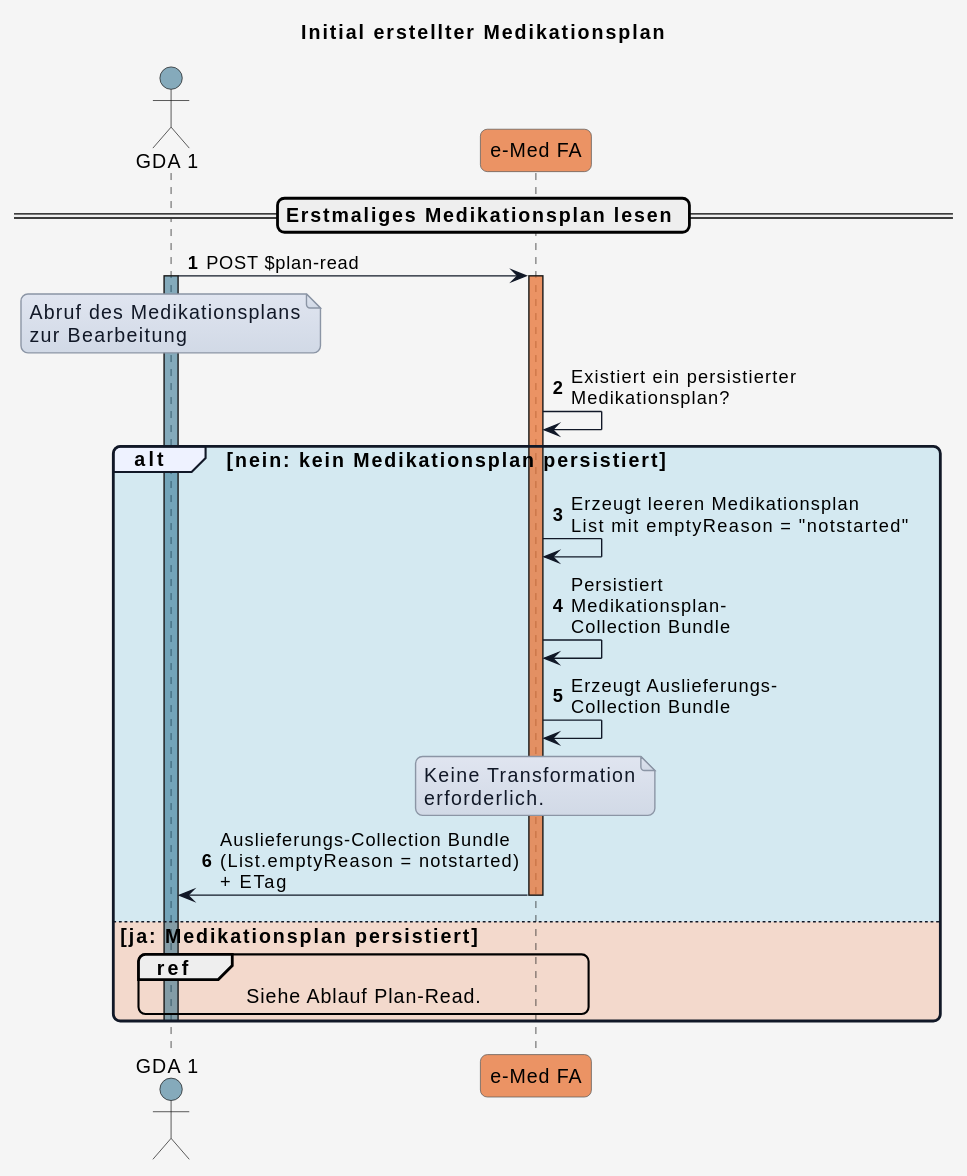
Earlier version of the PlantUML export r4-ELGA-e-Medikation-main/plantuml/UC_eMed_05_03.svg (HL7Austria/hl7austria.github.io).
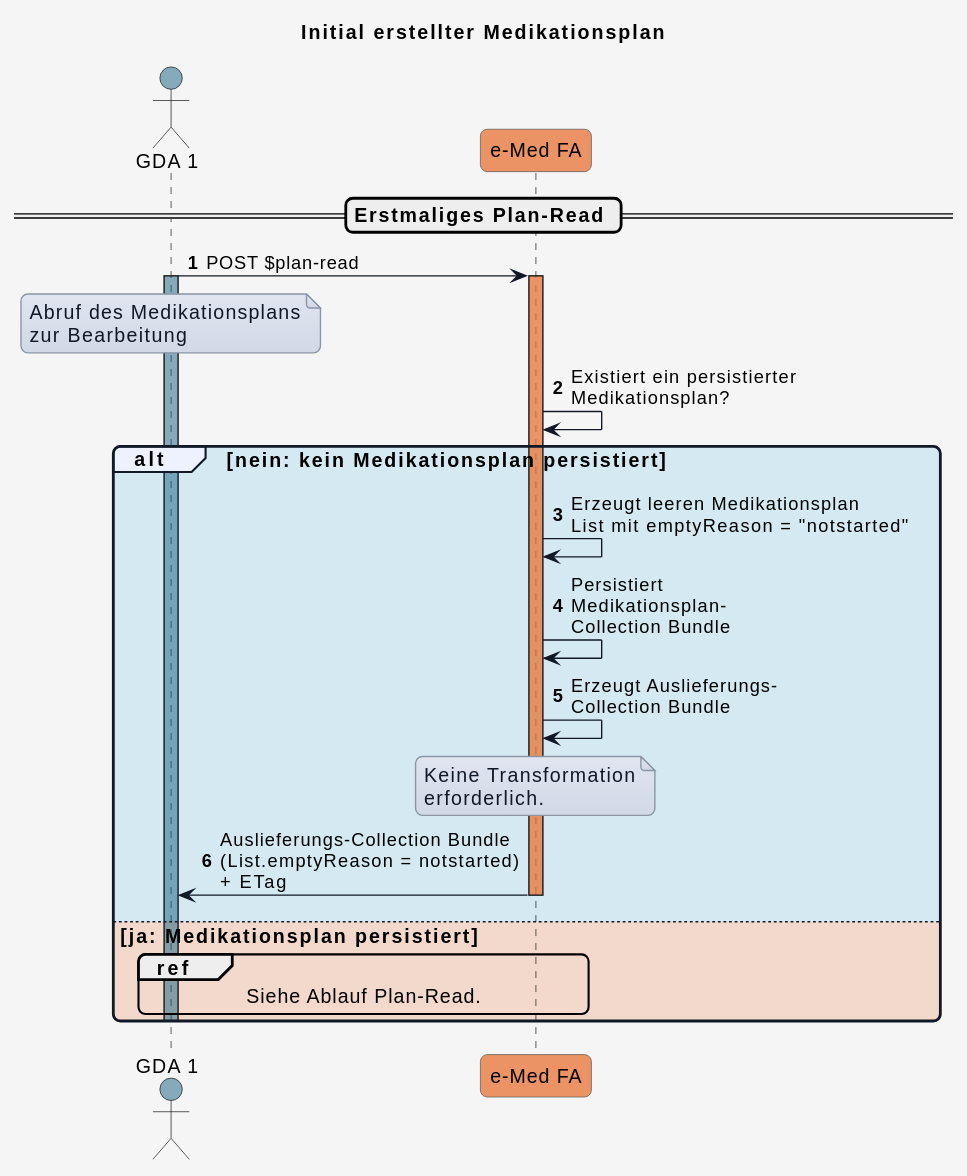
The same diagram one commit later.

Change to the diagram source:
```diff
@@ -54,7 +54,7 @@
 
 autonumber
 
-== Erstmaliges Medikationsplan lesen ==
+== Erstmaliges Plan-Read ==
 
 GDA_1 -> eMed_FA: POST $plan-read
 activate GDA_1 COLOR_GDA_1
```
